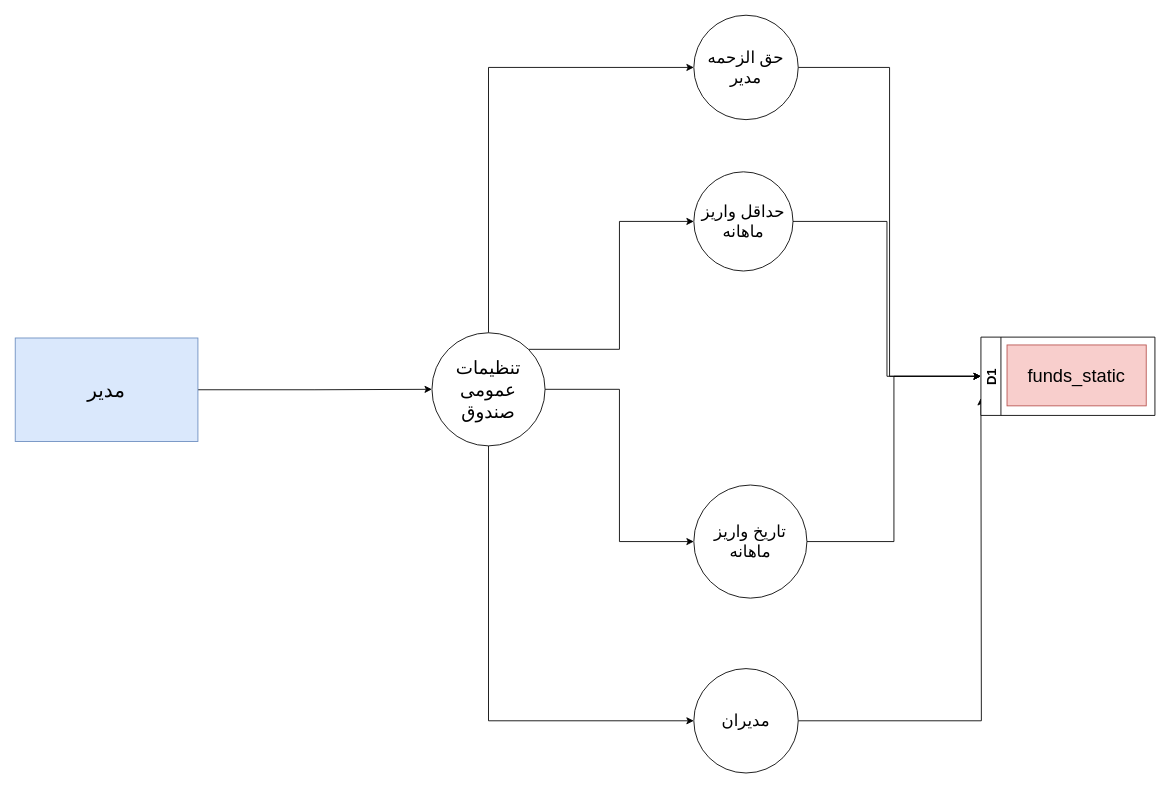
Before: page "فرایند تنظیمات عمومی صندوق" (4 of 5) of vam.drawio in sultanmrf/analysis_vamilon, a draw.io diagram. Source tidied: cells renumbered, new cells numbered last; positions are measured from the earlier drawing's top-left corner, leaving out a move shared by most shapes. Both pictures are drawn from the tidied source at 87%, with x=0, y=0 at pixel (15, 15).
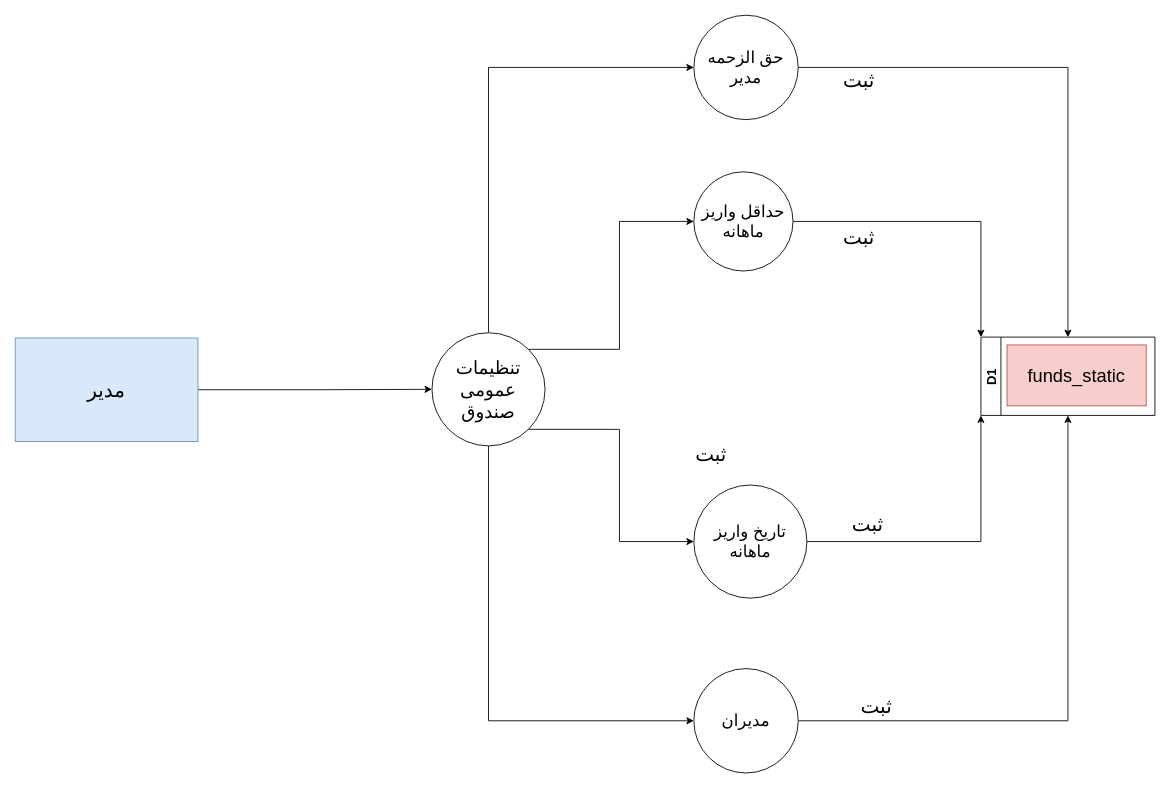
The same diagram, later.

The change refers to these unchanged cells:
```xml
<mxCell id="8" value="&lt;font style=&quot;font-size: 21px&quot;&gt;تنظیمات عمومی صندوق&lt;/font&gt;" style="ellipse;whiteSpace=wrap;html=1;" parent="1" vertex="1">
  <mxGeometry x="479" y="365" width="130" height="130" as="geometry" />
</mxCell>
<mxCell id="10" value="&lt;font style=&quot;font-size: 19px&quot;&gt;حق الزحمه مدیر&lt;/font&gt;" style="ellipse;whiteSpace=wrap;html=1;" parent="1" vertex="1">
  <mxGeometry x="780" width="120" height="120" as="geometry" />
</mxCell>
<mxCell id="12" value="&lt;font style=&quot;font-size: 19px&quot;&gt;حداقل واریز ماهانه&lt;/font&gt;" style="ellipse;whiteSpace=wrap;html=1;" parent="1" vertex="1">
  <mxGeometry x="780" y="180" width="114" height="114" as="geometry" />
</mxCell>
<mxCell id="14" value="&lt;font style=&quot;font-size: 19px&quot;&gt;تاریخ واریز ماهانه&lt;/font&gt;" style="ellipse;whiteSpace=wrap;html=1;" parent="1" vertex="1">
  <mxGeometry x="780" y="540" width="130" height="130" as="geometry" />
</mxCell>
<mxCell id="16" value="&lt;font style=&quot;font-size: 19px&quot;&gt;مدیران&lt;/font&gt;" style="ellipse;whiteSpace=wrap;html=1;" parent="1" vertex="1">
  <mxGeometry x="780" y="751" width="120" height="120" as="geometry" />
</mxCell>
<mxCell id="18" value="D1" style="swimlane;horizontal=0;fontSize=15;" parent="17" vertex="1">
  <mxGeometry width="200" height="90" as="geometry" />
</mxCell>
```

Diff of the diagram source:
```diff
@@
-    <mxCell id="6" style="edgeStyle=orthogonalEdgeStyle;rounded=0;jettySize=auto;html=1;exitX=1;exitY=0.5;exitDx=0;exitDy=0;entryX=0;entryY=0.5;entryDx=0;entryDy=0;fontSize=19;" parent="1" edge="1" source="8" target="14">
+    <mxCell id="6" style="edgeStyle=orthogonalEdgeStyle;rounded=0;jettySize=auto;html=1;exitX=1;exitY=1;exitDx=0;exitDy=0;entryX=0;entryY=0.5;entryDx=0;entryDy=0;fontSize=19;" parent="1" edge="1" source="8" target="14">
       <mxGeometry relative="1" as="geometry" />
     </mxCell>
@@
-    <mxCell id="9" style="edgeStyle=orthogonalEdgeStyle;rounded=0;jettySize=auto;html=1;exitX=1;exitY=0.5;exitDx=0;exitDy=0;fontSize=19;entryX=0;entryY=0.5;entryDx=0;entryDy=0;" parent="1" edge="1" source="10" target="18">
+    <mxCell id="9" style="edgeStyle=orthogonalEdgeStyle;rounded=0;jettySize=auto;html=1;exitX=1;exitY=0.5;exitDx=0;exitDy=0;fontSize=19;entryX=0.5;entryY=0;entryDx=0;entryDy=0;" parent="1" edge="1" source="10" target="18">
       <mxGeometry relative="1" as="geometry" />
     </mxCell>
@@
-    <mxCell id="11" style="edgeStyle=orthogonalEdgeStyle;rounded=0;jettySize=auto;html=1;exitX=1;exitY=0.5;exitDx=0;exitDy=0;entryX=0;entryY=0.5;entryDx=0;entryDy=0;fontSize=19;" parent="1" edge="1" source="12" target="18">
+    <mxCell id="11" style="edgeStyle=orthogonalEdgeStyle;rounded=0;jettySize=auto;html=1;exitX=1;exitY=0.5;exitDx=0;exitDy=0;fontSize=19;entryX=0;entryY=0;entryDx=0;entryDy=0;" parent="1" edge="1" source="12" target="18">
       <mxGeometry relative="1" as="geometry" />
     </mxCell>
@@
-    <mxCell id="13" style="edgeStyle=orthogonalEdgeStyle;rounded=0;jettySize=auto;html=1;entryX=0;entryY=0.5;entryDx=0;entryDy=0;fontSize=19;" parent="1" edge="1" source="14" target="18">
+    <mxCell id="13" style="edgeStyle=orthogonalEdgeStyle;rounded=0;jettySize=auto;html=1;entryX=0;entryY=1;entryDx=0;entryDy=0;fontSize=19;" parent="1" edge="1" source="14" target="18">
       <mxGeometry relative="1" as="geometry" />
     </mxCell>
@@
-    <mxCell id="15" style="edgeStyle=orthogonalEdgeStyle;rounded=0;jettySize=auto;html=1;exitX=1;exitY=0.5;exitDx=0;exitDy=0;fontSize=19;" parent="1" edge="1" source="16">
-      <mxGeometry relative="1" as="geometry">
-        <mxPoint x="1110" y="440" as="targetPoint" />
-      </mxGeometry>
+    <mxCell id="15" style="edgeStyle=orthogonalEdgeStyle;rounded=0;jettySize=auto;html=1;exitX=1;exitY=0.5;exitDx=0;exitDy=0;fontSize=19;entryX=0.5;entryY=1;entryDx=0;entryDy=0;" parent="1" edge="1" source="16" target="18">
+      <mxGeometry relative="1" as="geometry" />
     </mxCell>
@@
+    <mxCell id="20" value="ثبت" style="text;html=1;strokeColor=none;fillColor=none;align=center;verticalAlign=middle;whiteSpace=wrap;rounded=0;fontSize=23;" parent="1" vertex="1">
+      <mxGeometry x="770" y="490" width="60" height="30" as="geometry" />
+    </mxCell>
+    <mxCell id="21" value="ثبت" style="text;html=1;strokeColor=none;fillColor=none;align=center;verticalAlign=middle;whiteSpace=wrap;rounded=0;fontSize=23;" parent="1" vertex="1">
+      <mxGeometry x="940" y="240" width="60" height="30" as="geometry" />
+    </mxCell>
+    <mxCell id="22" value="ثبت" style="text;html=1;strokeColor=none;fillColor=none;align=center;verticalAlign=middle;whiteSpace=wrap;rounded=0;fontSize=23;" parent="1" vertex="1">
+      <mxGeometry x="950" y="570" width="60" height="30" as="geometry" />
+    </mxCell>
+    <mxCell id="23" value="ثبت" style="text;html=1;strokeColor=none;fillColor=none;align=center;verticalAlign=middle;whiteSpace=wrap;rounded=0;fontSize=23;" parent="1" vertex="1">
+      <mxGeometry x="960" y="780" width="60" height="30" as="geometry" />
+    </mxCell>
+    <mxCell id="24" value="ثبت" style="text;html=1;strokeColor=none;fillColor=none;align=center;verticalAlign=middle;whiteSpace=wrap;rounded=0;fontSize=23;" parent="1" vertex="1">
+      <mxGeometry x="940" y="60" width="60" height="30" as="geometry" />
+    </mxCell>
```
